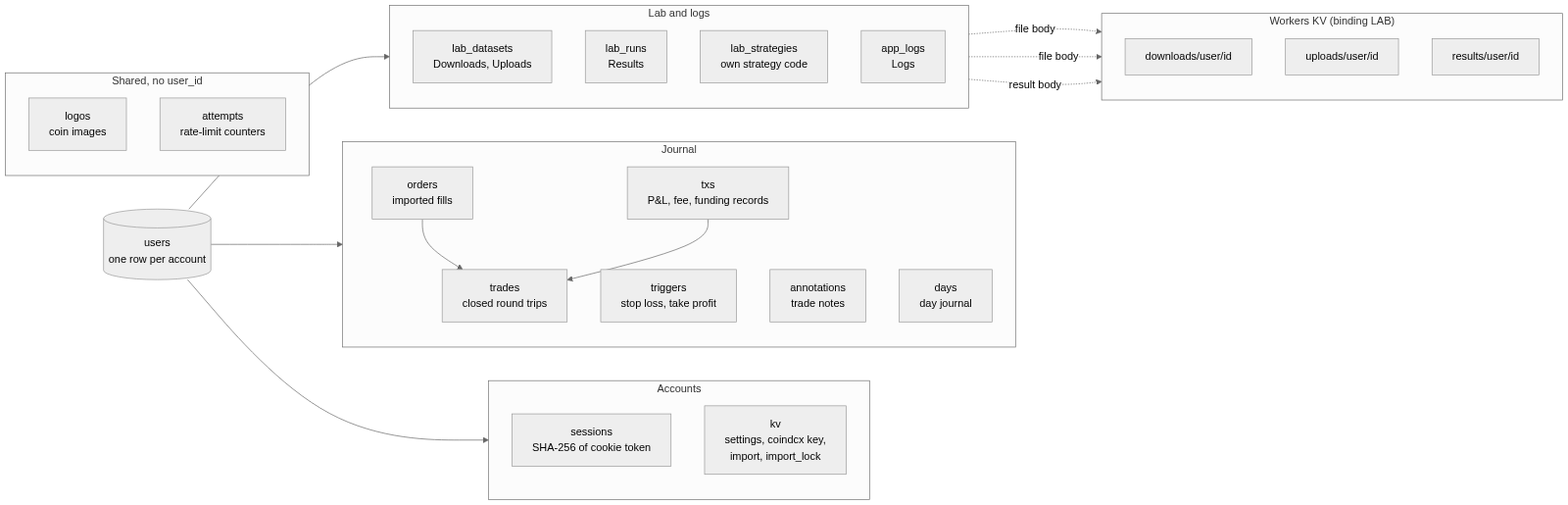
Earlier version of the Mermaid export docs/images/diagrams/data-model.png (shivam65-sketch/medusa). Its source is kept beside it as docs/diagrams/data-model.mmd. Its diagram source:
```mermaid
%%{init: {"theme": "neutral"}}%%
flowchart LR
  U[("users<br>one row per account")]
  subgraph ACC["Accounts"]
    direction TB
    se["sessions<br>SHA-256 of cookie token"]
    kv["kv<br>settings, coindcx key,<br>import, import_lock"]
  end
  subgraph JRN["Journal"]
    direction TB
    o["orders<br>imported fills"]
    tx["txs<br>P&L, fee, funding records"]
    tr["trades<br>closed round trips"]
    tg["triggers<br>stop loss, take profit"]
    an["annotations<br>trade notes"]
    dy["days<br>day journal"]
    o --> tr
    tx --> tr
  end
  subgraph LABG["Lab and logs"]
    direction TB
    ds["lab_datasets<br>Downloads, Uploads"]
    rn["lab_runs<br>Results"]
    st["lab_strategies<br>own strategy code"]
    lg["app_logs<br>Logs"]
  end
  subgraph KVS["Workers KV (binding LAB)"]
    direction TB
    k1["downloads/user/id"]
    k2["uploads/user/id"]
    k3["results/user/id"]
  end
  subgraph SH["Shared, no user_id"]
    direction TB
    LO["logos<br>coin images"]
    AT["attempts<br>rate-limit counters"]
  end
  U --> ACC
  U --> JRN
  U --> LABG
  ds -.->|"file body"| k1
  ds -.->|"file body"| k2
  rn -.->|"result body"| k3
```
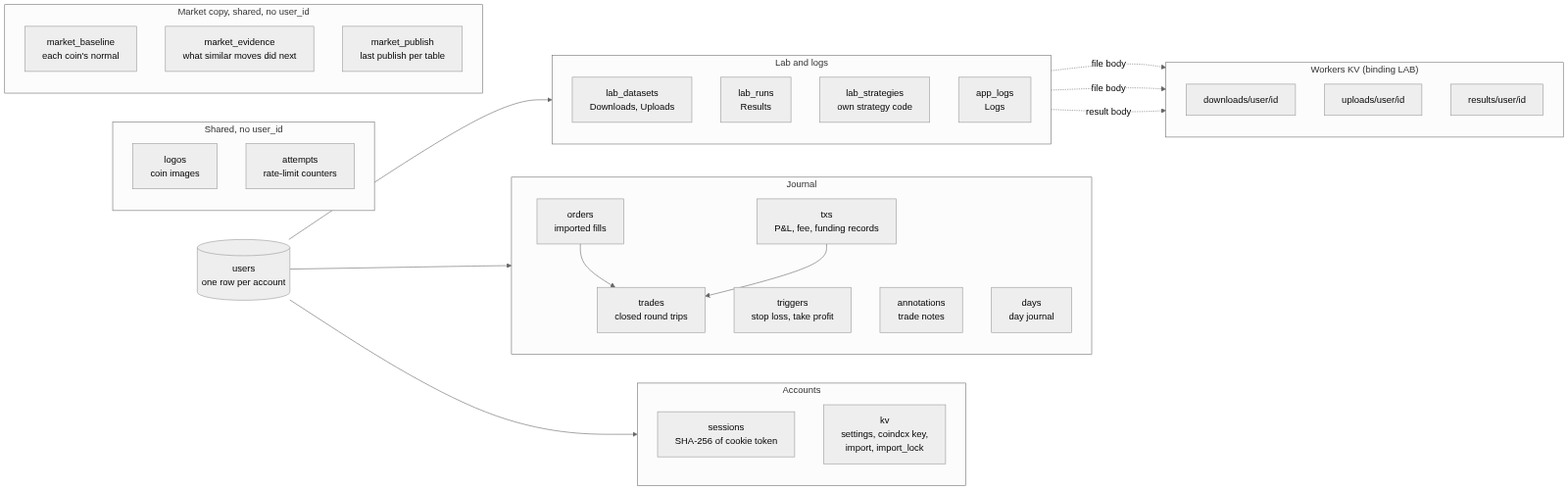
Above is the later version.

What changed in the source:
```diff
@@ -35,6 +35,12 @@
     LO["logos<br>coin images"]
     AT["attempts<br>rate-limit counters"]
   end
+  subgraph MK["Market copy, shared, no user_id"]
+    direction TB
+    mb["market_baseline<br>each coin's normal"]
+    me["market_evidence<br>what similar moves did next"]
+    mp["market_publish<br>last publish per table"]
+  end
   U --> ACC
   U --> JRN
   U --> LABG
```
